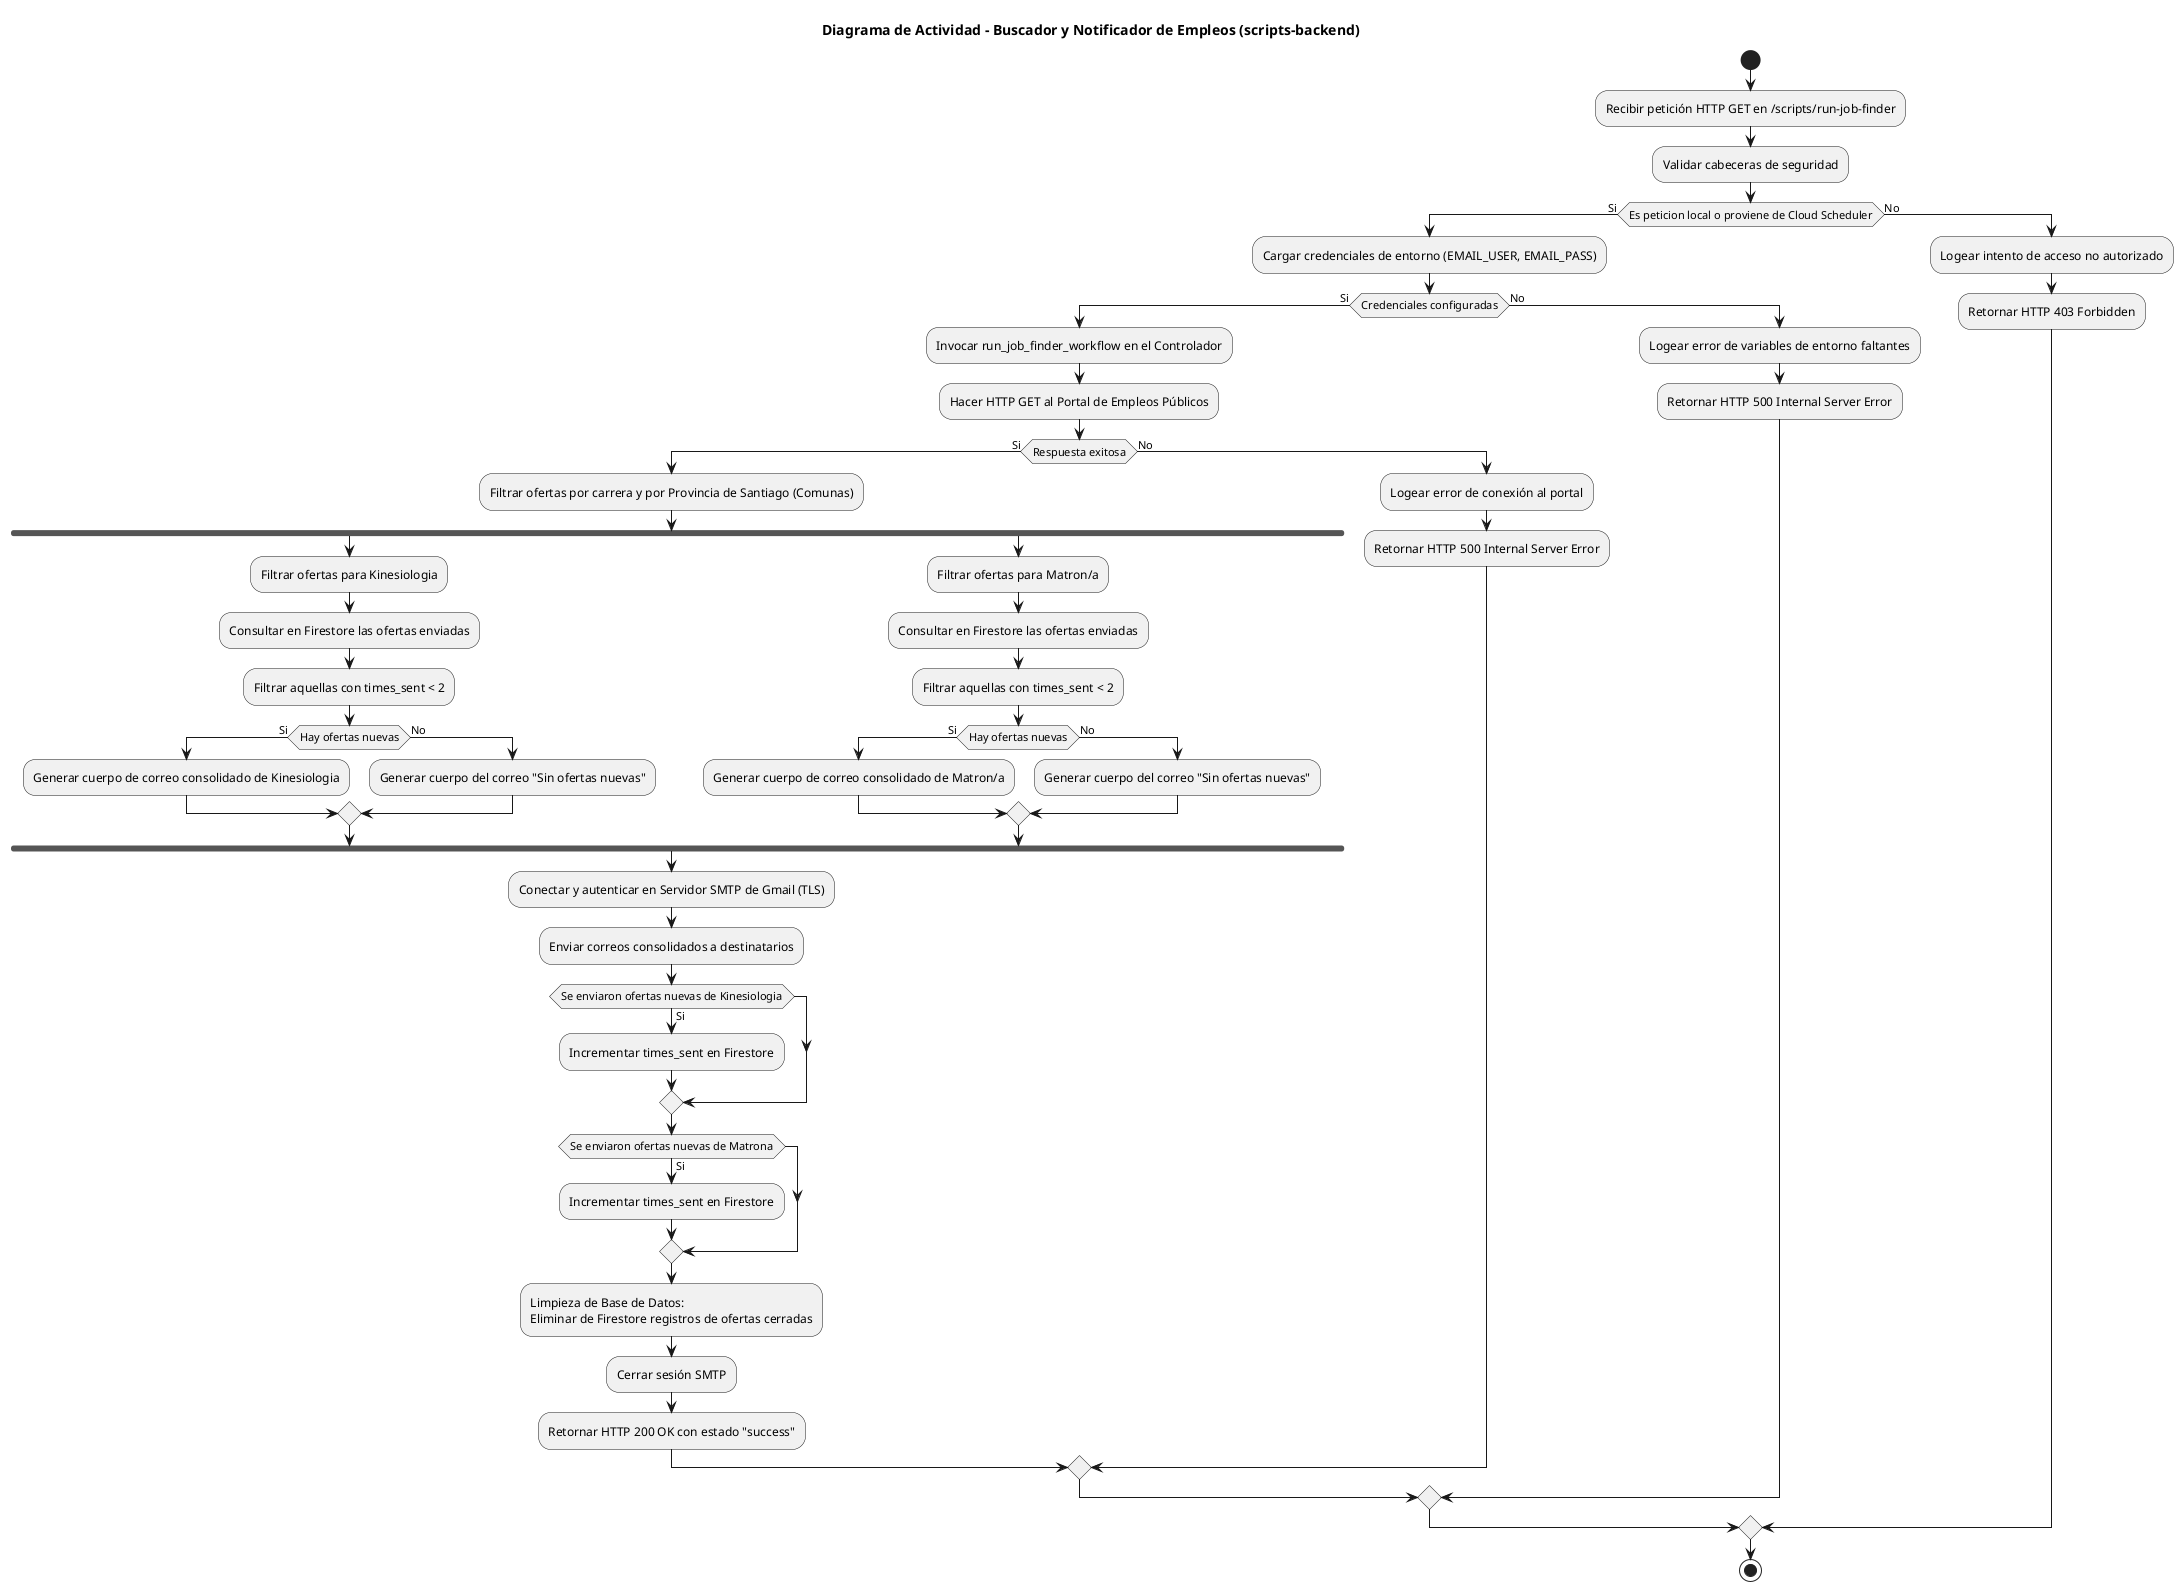
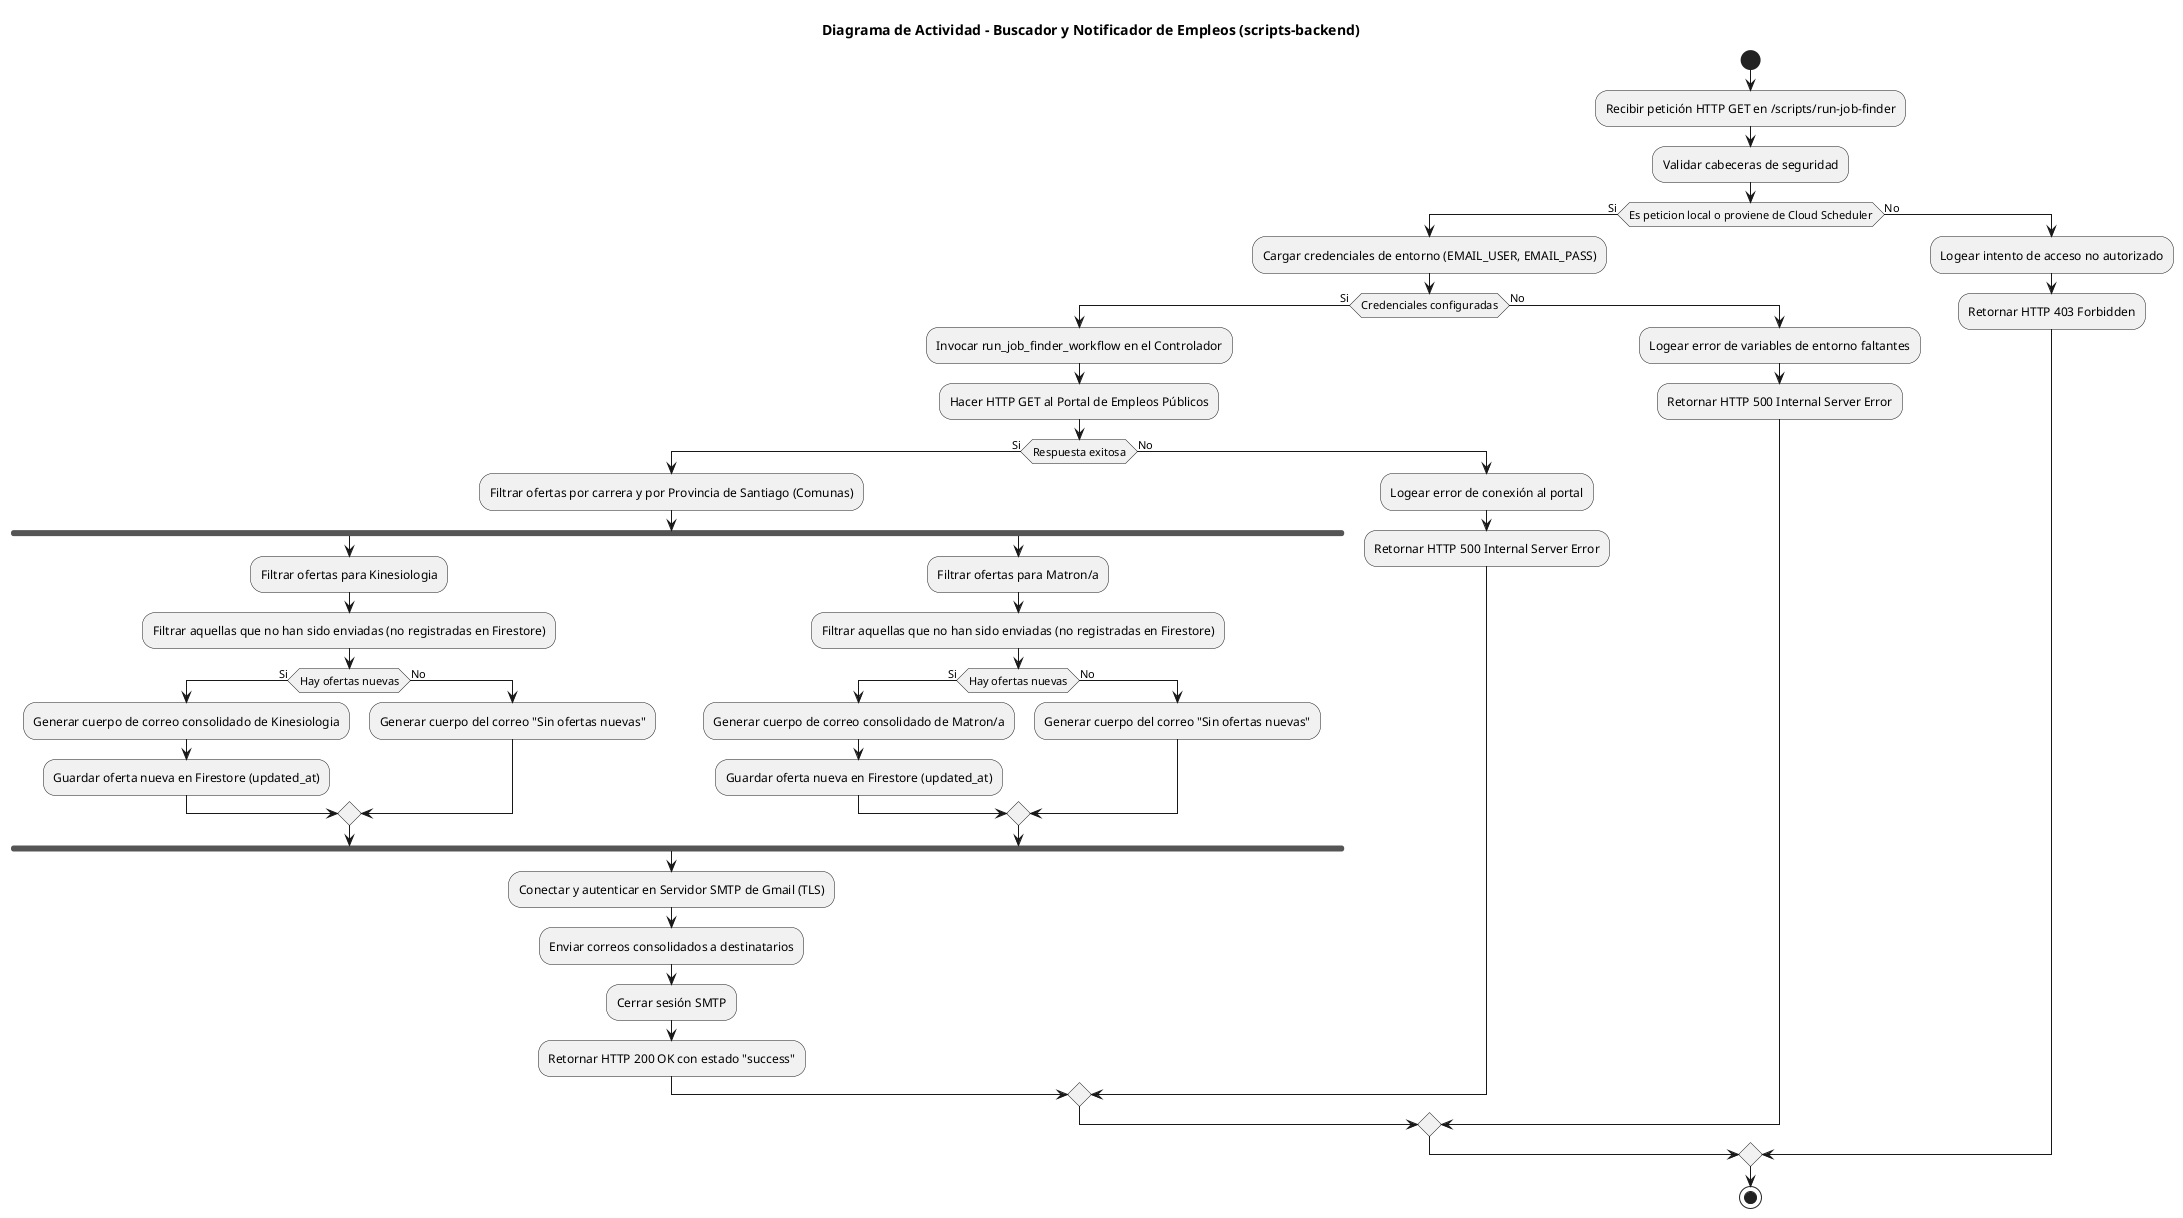
@startuml Activity Diagram
title Diagrama de Actividad - Buscador y Notificador de Empleos (scripts-backend)

start
:Recibir petición HTTP GET en /scripts/run-job-finder;

:Validar cabeceras de seguridad;
if (Es peticion local o proviene de Cloud Scheduler) then (Si)
    :Cargar credenciales de entorno (EMAIL_USER, EMAIL_PASS);
    if (Credenciales configuradas) then (Si)
        :Invocar run_job_finder_workflow en el Controlador;
        :Hacer HTTP GET al Portal de Empleos Públicos;
        if (Respuesta exitosa) then (Si)
            :Filtrar ofertas por carrera y por Provincia de Santiago (Comunas);
            fork
                :Filtrar ofertas para Kinesiologia;
-                 :Consultar en Firestore las ofertas enviadas;
-                 :Filtrar aquellas con times_sent < 2;
+                 :Filtrar aquellas que no han sido enviadas (no registradas en Firestore);
                if (Hay ofertas nuevas) then (Si)
                    :Generar cuerpo de correo consolidado de Kinesiologia;
+                     :Guardar oferta nueva en Firestore (updated_at);
                else (No)
                    :Generar cuerpo del correo "Sin ofertas nuevas";
                endif
            fork again
                :Filtrar ofertas para Matron/a;
-                 :Consultar en Firestore las ofertas enviadas;
-                 :Filtrar aquellas con times_sent < 2;
+                 :Filtrar aquellas que no han sido enviadas (no registradas en Firestore);
                if (Hay ofertas nuevas) then (Si)
                    :Generar cuerpo de correo consolidado de Matron/a;
+                     :Guardar oferta nueva en Firestore (updated_at);
                else (No)
                    :Generar cuerpo del correo "Sin ofertas nuevas";
                endif
            end fork

            :Conectar y autenticar en Servidor SMTP de Gmail (TLS);
            :Enviar correos consolidados a destinatarios;

-             if (Se enviaron ofertas nuevas de Kinesiologia) then (Si)
-                 :Incrementar times_sent en Firestore;
-             endif
-             if (Se enviaron ofertas nuevas de Matrona) then (Si)
-                 :Incrementar times_sent en Firestore;
-             endif
- 
-             :Limpieza de Base de Datos:
-             Eliminar de Firestore registros de ofertas cerradas;
            :Cerrar sesión SMTP;
            :Retornar HTTP 200 OK con estado "success";
        else (No)
            :Logear error de conexión al portal;
            :Retornar HTTP 500 Internal Server Error;
        endif
    else (No)
        :Logear error de variables de entorno faltantes;
        :Retornar HTTP 500 Internal Server Error;
    endif
else (No)
    :Logear intento de acceso no autorizado;
    :Retornar HTTP 403 Forbidden;
endif
stop

@enduml
